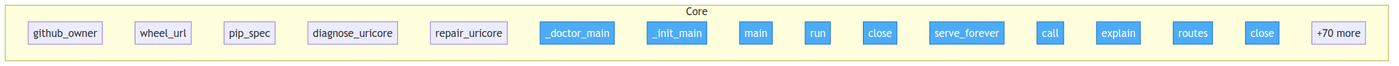
Before: project/flow.png, a diagram exported from Mermaid (tellmesh/urisys). Its source is kept beside it as project/flow.mmd.
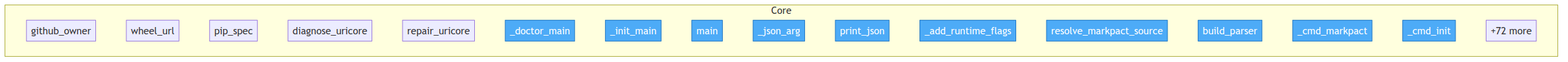
Above is the later version.

Diff of the diagram source:
```diff
@@ -11,14 +11,14 @@
         src__urisys__bootstrap___doctor_main["_doctor_main"]
         src__urisys__bootstrap___init_main["_init_main"]
         src__urisys__bootstrap__main["main"]
-        src__urisys__controllers__flow_controller__FlowController__run["run"]
-        src__urisys__controllers__flow_controller__FlowController__close["close"]
-        src__urisys__controllers__server_controller__ServerController__serve_forever["serve_forever"]
-        src__urisys__controllers__uri_controller__UriController__call["call"]
-        src__urisys__controllers__uri_controller__UriController__explain["explain"]
-        src__urisys__controllers__uri_controller__UriController__routes["routes"]
-        src__urisys__controllers__uri_controller__UriController__close["close"]
-        ...["+70 more"]
+        src__urisys__cli___json_arg["_json_arg"]
+        src__urisys__cli__print_json["print_json"]
+        src__urisys__cli___add_runtime_flags["_add_runtime_flags"]
+        src__urisys__cli__resolve_markpact_source["resolve_markpact_source"]
+        src__urisys__cli__build_parser["build_parser"]
+        src__urisys__cli___cmd_markpact["_cmd_markpact"]
+        src__urisys__cli___cmd_init["_cmd_init"]
+        ...["+72 more"]
     end
 
-    class src__urisys__bootstrap___doctor_main,src__urisys__bootstrap___init_main,src__urisys__bootstrap__main,src__urisys__controllers__flow_controller__FlowController__run,src__urisys__controllers__flow_controller__FlowController__close,src__urisys__controllers__server_controller__ServerController__serve_forever,src__urisys__controllers__uri_controller__UriController__call,src__urisys__controllers__uri_controller__UriController__explain,src__urisys__controllers__uri_controller__UriController__routes,src__urisys__controllers__uri_controller__UriController__close entry
+    class src__urisys__bootstrap___doctor_main,src__urisys__bootstrap___init_main,src__urisys__bootstrap__main,src__urisys__cli___json_arg,src__urisys__cli__print_json,src__urisys__cli___add_runtime_flags,src__urisys__cli__resolve_markpact_source,src__urisys__cli__build_parser,src__urisys__cli___cmd_markpact,src__urisys__cli___cmd_init entry
```
